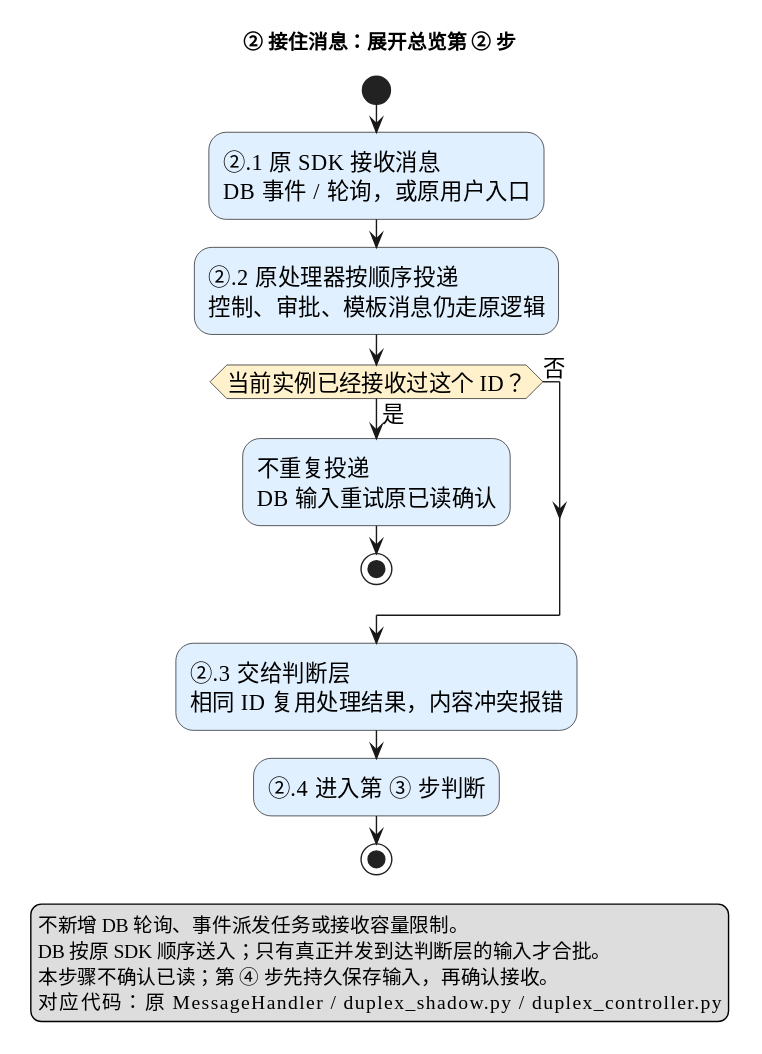
Earlier version of the PlantUML export docs/diagrams/duplex-detail-02-intake.svg (zuiho-kai/jiuwenswarm).
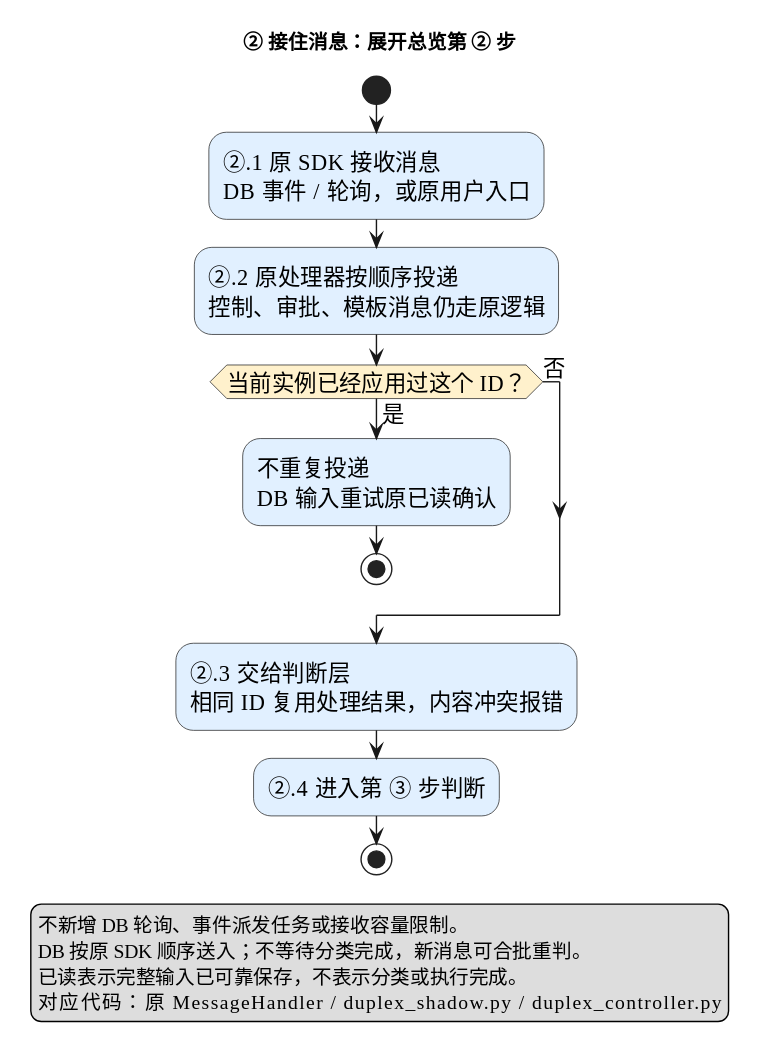
After the change.

What changed in the source:
```diff
@@ -11,7 +11,7 @@
 DB 事件 / 轮询，或原用户入口;
 :②.2 原处理器按顺序投递
 控制、审批、模板消息仍走原逻辑;
-if (当前实例已经接收过这个 ID？) then (是)
+if (当前实例已经应用过这个 ID？) then (是)
   :不重复投递
 DB 输入重试原已读确认;
   stop
@@ -23,8 +23,8 @@
 stop
 legend bottom
   不新增 DB 轮询、事件派发任务或接收容量限制。
-  DB 按原 SDK 顺序送入；只有真正并发到达判断层的输入才合批。
-  本步骤不确认已读；第 ④ 步先持久保存输入，再确认接收。
+  DB 按原 SDK 顺序送入；不等待分类完成，新消息可合批重判。
+  已读表示完整输入已可靠保存，不表示分类或执行完成。
   对应代码：原 MessageHandler / duplex_shadow.py / duplex_controller.py
 endlegend
 @enduml
```
